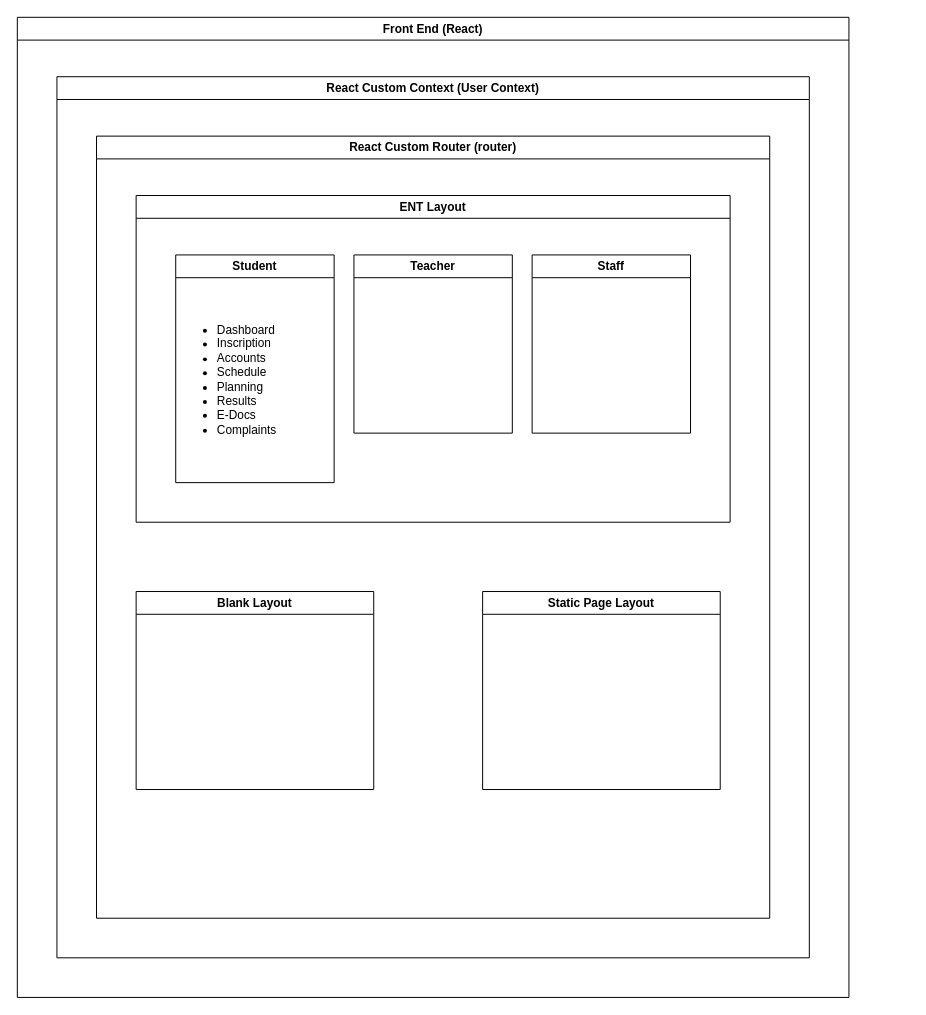
Before: architecture.drawio in alkhawarizmiclub/fpk_platform, a draw.io diagram. Source tidied: cells renumbered, new cells numbered last; positions are measured from the earlier drawing's top-left corner, leaving out a move shared by most shapes. Both pictures are drawn from the tidied source at 99%, with x=0, y=0 at pixel (17, 17).
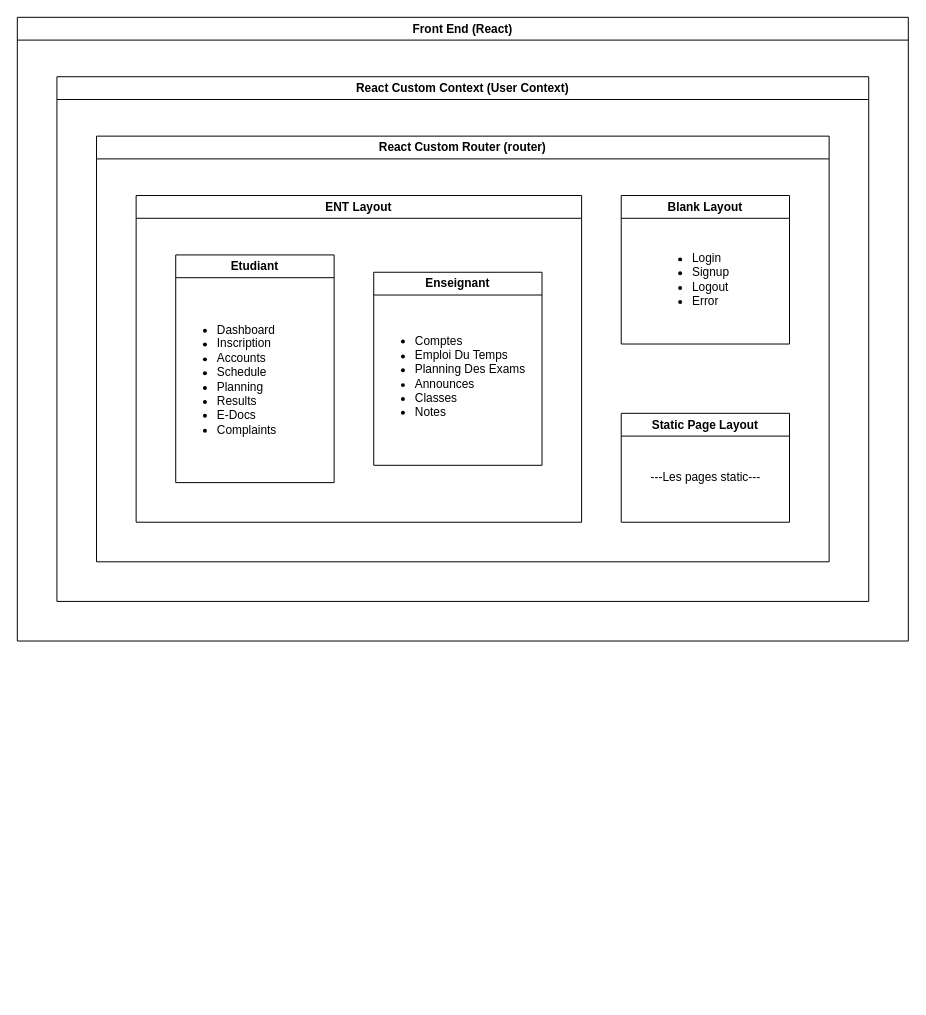
The same page after the edit.

Diff of the diagram source:
```diff
@@
 <mxGraphModel>
   <root>
     <mxCell id="0" />
     <mxCell id="1" parent="0" />
     <mxCell id="2" value="Front End (React)" style="swimlane;whiteSpace=wrap;html=1;" parent="1" vertex="1">
-      <mxGeometry width="840" height="990" as="geometry" />
+      <mxGeometry width="900" height="630" as="geometry" />
     </mxCell>
     <mxCell id="3" value="React Custom Context (User Context)" style="swimlane;whiteSpace=wrap;html=1;" parent="1" vertex="1">
-      <mxGeometry x="40" y="60" width="760" height="890" as="geometry" />
+      <mxGeometry x="40" y="60" width="820" height="530" as="geometry" />
     </mxCell>
     <mxCell id="4" value="React Custom Router (router)" style="swimlane;whiteSpace=wrap;html=1;startSize=23;" parent="1" vertex="1">
-      <mxGeometry x="80" y="120" width="680" height="790" as="geometry" />
+      <mxGeometry x="80" y="120" width="740" height="430" as="geometry" />
     </mxCell>
     <mxCell id="5" value="Blank Layout" style="swimlane;whiteSpace=wrap;html=1;" parent="4" vertex="1">
-      <mxGeometry x="40" y="460" width="240" height="200" as="geometry" />
+      <mxGeometry x="530" y="60" width="170" height="150" as="geometry" />
     </mxCell>
+    <mxCell id="12" value="&lt;div style=&quot;&quot;&gt;&lt;ul&gt;&lt;li&gt;&lt;span style=&quot;background-color: initial;&quot;&gt;Login&lt;/span&gt;&lt;/li&gt;&lt;li&gt;&lt;span style=&quot;background-color: initial;&quot;&gt;Signup&lt;/span&gt;&lt;/li&gt;&lt;li&gt;&lt;span style=&quot;background-color: initial;&quot;&gt;Logout&lt;/span&gt;&lt;/li&gt;&lt;li&gt;&lt;span style=&quot;background-color: initial;&quot;&gt;Error&lt;/span&gt;&lt;/li&gt;&lt;/ul&gt;&lt;/div&gt;" style="text;html=1;align=left;verticalAlign=middle;strokeColor=none;fillColor=none;" parent="5" vertex="1">
+      <mxGeometry x="30" y="25" width="100" height="120" as="geometry" />
+    </mxCell>
     <mxCell id="6" value="Static Page Layout" style="swimlane;whiteSpace=wrap;html=1;" parent="4" vertex="1">
-      <mxGeometry x="390" y="460" width="240" height="200" as="geometry" />
+      <mxGeometry x="530" y="280" width="170" height="110" as="geometry" />
     </mxCell>
+    <mxCell id="13" value="---Les pages static---" style="text;html=1;align=center;verticalAlign=middle;strokeColor=none;fillColor=none;" parent="6" vertex="1">
+      <mxGeometry x="20" y="50" width="130" height="30" as="geometry" />
+    </mxCell>
     <mxCell id="7" value="ENT Layout" style="swimlane;whiteSpace=wrap;html=1;" parent="4" vertex="1">
-      <mxGeometry x="40" y="60" width="600" height="330" as="geometry" />
+      <mxGeometry x="40" y="60" width="450" height="330" as="geometry" />
     </mxCell>
-    <mxCell id="8" value="Student" style="swimlane;whiteSpace=wrap;html=1;" parent="7" vertex="1">
+    <mxCell id="8" value="Etudiant" style="swimlane;whiteSpace=wrap;html=1;" parent="7" vertex="1">
       <mxGeometry x="40" y="60" width="160" height="230" as="geometry" />
     </mxCell>
     <mxCell id="9" value="&lt;ul&gt;&lt;li&gt;Dashboard&lt;/li&gt;&lt;li&gt;Inscription&lt;/li&gt;&lt;li&gt;Accounts&lt;/li&gt;&lt;li&gt;Schedule&lt;/li&gt;&lt;li&gt;Planning&lt;/li&gt;&lt;li&gt;Results&lt;/li&gt;&lt;li&gt;E-Docs&lt;/li&gt;&lt;li&gt;Complaints&lt;/li&gt;&lt;/ul&gt;" style="text;strokeColor=none;fillColor=none;html=1;whiteSpace=wrap;verticalAlign=middle;overflow=hidden;" parent="8" vertex="1">
       <mxGeometry y="22.5" width="160" height="207.5" as="geometry" />
     </mxCell>
-    <mxCell id="10" value="Teacher" style="swimlane;whiteSpace=wrap;html=1;" parent="7" vertex="1">
-      <mxGeometry x="220" y="60" width="160" height="180" as="geometry" />
+    <mxCell id="10" value="Enseignant" style="swimlane;whiteSpace=wrap;html=1;" parent="7" vertex="1">
+      <mxGeometry x="240" y="77.5" width="170" height="195" as="geometry" />
     </mxCell>
-    <mxCell id="11" value="Staff" style="swimlane;whiteSpace=wrap;html=1;startSize=23;" parent="7" vertex="1">
-      <mxGeometry x="400" y="60" width="160" height="180" as="geometry" />
-    </mxCell>
+    <mxCell id="14" value="&lt;ul&gt;&lt;li&gt;Comptes&lt;/li&gt;&lt;li&gt;Emploi Du Temps&lt;/li&gt;&lt;li&gt;Planning Des Exams&lt;/li&gt;&lt;li&gt;Announces&lt;/li&gt;&lt;li&gt;Classes&lt;/li&gt;&lt;li&gt;Notes&lt;/li&gt;&lt;/ul&gt;" style="text;html=1;align=left;verticalAlign=middle;strokeColor=none;fillColor=none;" parent="10" vertex="1">
+      <mxGeometry y="25" width="170" height="160" as="geometry" />
+    </mxCell>
   </root>
 </mxGraphModel>
```
